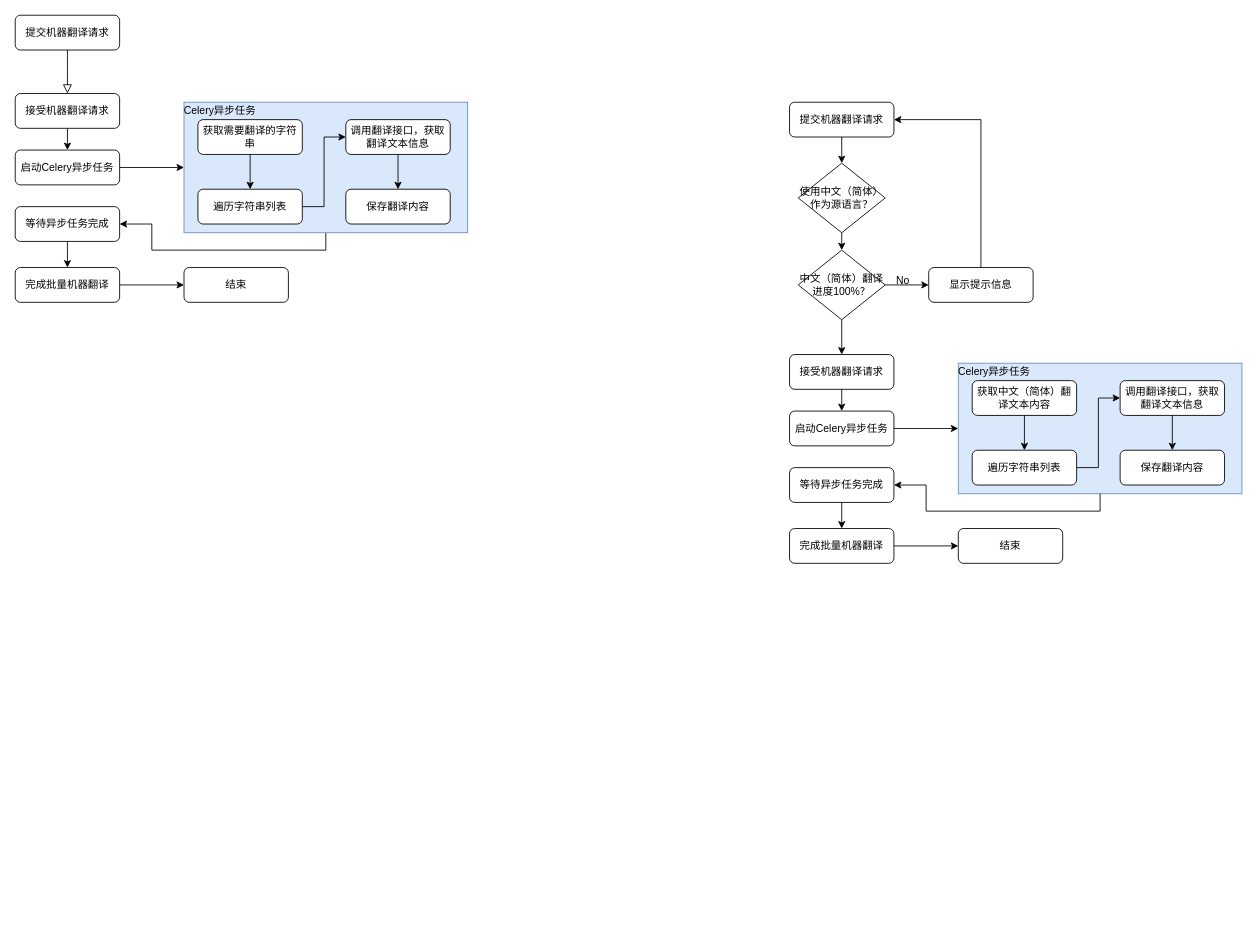
Above: weblate/机器翻译流程.drawio in weijiang1994/draw-io (draw.io), before the change. Source tidied: cells renumbered, new cells numbered last; positions are measured from the earlier drawing's top-left corner, leaving out a move shared by most shapes. Both pictures are drawn from the tidied source at 87%, with x=0, y=0 at pixel (15, 15).
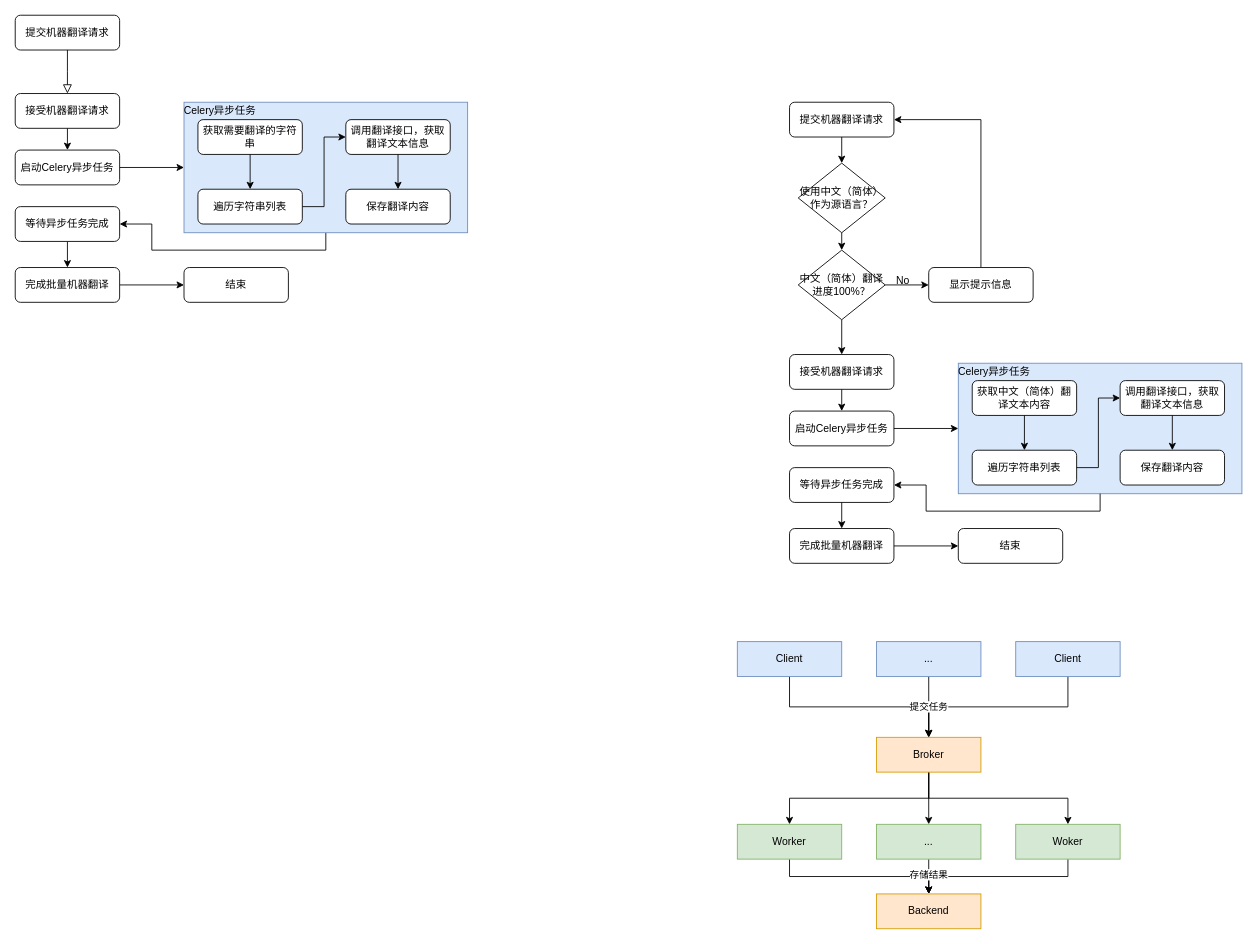
The same page after the edit.

Commit message (it also covers changes not shown here):
更新机器翻译流程.drawio

Diff of the diagram source:
```diff
@@
+    <mxCell id="57" style="edgeStyle=orthogonalEdgeStyle;rounded=0;jettySize=auto;html=1;exitX=0.5;exitY=1;exitDx=0;exitDy=0;entryX=0.5;entryY=0;entryDx=0;entryDy=0;" parent="1" edge="1" source="58" target="67">
+      <mxGeometry relative="1" as="geometry" />
+    </mxCell>
+    <mxCell id="58" value="Client" style="rounded=0;whiteSpace=wrap;html=1;fillColor=#dae8fc;strokeColor=#6c8ebf;" parent="1" vertex="1">
+      <mxGeometry x="830" y="720" width="120" height="40" as="geometry" />
+    </mxCell>
+    <mxCell id="59" style="edgeStyle=orthogonalEdgeStyle;rounded=0;jettySize=auto;html=1;exitX=0.5;exitY=1;exitDx=0;exitDy=0;" parent="1" edge="1" source="60">
+      <mxGeometry relative="1" as="geometry">
+        <mxPoint x="1050" y="830" as="targetPoint" />
+      </mxGeometry>
+    </mxCell>
+    <mxCell id="60" value="..." style="rounded=0;whiteSpace=wrap;html=1;fillColor=#dae8fc;strokeColor=#6c8ebf;" parent="1" vertex="1">
+      <mxGeometry x="990" y="720" width="120" height="40" as="geometry" />
+    </mxCell>
+    <mxCell id="61" style="edgeStyle=orthogonalEdgeStyle;rounded=0;jettySize=auto;html=1;exitX=0.5;exitY=1;exitDx=0;exitDy=0;entryX=0.5;entryY=0;entryDx=0;entryDy=0;" parent="1" edge="1" source="63" target="67">
+      <mxGeometry relative="1" as="geometry" />
+    </mxCell>
+    <mxCell id="62" value="提交任务" style="edgeLabel;html=1;align=center;verticalAlign=middle;" parent="61" vertex="1">
+      <mxGeometry x="0.7" y="-2" relative="1" as="geometry">
+        <mxPoint x="1" y="-2" as="offset" />
+      </mxGeometry>
+    </mxCell>
+    <mxCell id="63" value="Client" style="rounded=0;whiteSpace=wrap;html=1;fillColor=#dae8fc;strokeColor=#6c8ebf;" parent="1" vertex="1">
+      <mxGeometry x="1150" y="720" width="120" height="40" as="geometry" />
+    </mxCell>
+    <mxCell id="64" style="edgeStyle=orthogonalEdgeStyle;rounded=0;jettySize=auto;html=1;exitX=0.5;exitY=1;exitDx=0;exitDy=0;entryX=0.5;entryY=0;entryDx=0;entryDy=0;" parent="1" edge="1" source="67" target="71">
+      <mxGeometry relative="1" as="geometry" />
+    </mxCell>
+    <mxCell id="65" style="edgeStyle=orthogonalEdgeStyle;rounded=0;jettySize=auto;html=1;exitX=0.5;exitY=1;exitDx=0;exitDy=0;entryX=0.5;entryY=0;entryDx=0;entryDy=0;" parent="1" edge="1" source="67" target="69">
+      <mxGeometry relative="1" as="geometry" />
+    </mxCell>
+    <mxCell id="66" style="edgeStyle=orthogonalEdgeStyle;rounded=0;jettySize=auto;html=1;exitX=0.5;exitY=1;exitDx=0;exitDy=0;entryX=0.5;entryY=0;entryDx=0;entryDy=0;" parent="1" edge="1" source="67" target="74">
+      <mxGeometry relative="1" as="geometry" />
+    </mxCell>
+    <mxCell id="67" value="Broker" style="rounded=0;whiteSpace=wrap;html=1;fillColor=#ffe6cc;strokeColor=#d79b00;" parent="1" vertex="1">
+      <mxGeometry x="990" y="830" width="120" height="40" as="geometry" />
+    </mxCell>
+    <mxCell id="68" style="edgeStyle=orthogonalEdgeStyle;rounded=0;jettySize=auto;html=1;exitX=0.5;exitY=1;exitDx=0;exitDy=0;entryX=0.5;entryY=0;entryDx=0;entryDy=0;" parent="1" edge="1" source="69" target="75">
+      <mxGeometry relative="1" as="geometry" />
+    </mxCell>
+    <mxCell id="69" value="Worker" style="rounded=0;whiteSpace=wrap;html=1;fillColor=#d5e8d4;strokeColor=#82b366;" parent="1" vertex="1">
+      <mxGeometry x="830" y="930" width="120" height="40" as="geometry" />
+    </mxCell>
+    <mxCell id="70" style="edgeStyle=orthogonalEdgeStyle;rounded=0;jettySize=auto;html=1;exitX=0.5;exitY=1;exitDx=0;exitDy=0;entryX=0.5;entryY=0;entryDx=0;entryDy=0;" parent="1" edge="1" source="71" target="75">
+      <mxGeometry relative="1" as="geometry" />
+    </mxCell>
+    <mxCell id="71" value="..." style="rounded=0;whiteSpace=wrap;html=1;fillColor=#d5e8d4;strokeColor=#82b366;" parent="1" vertex="1">
+      <mxGeometry x="990" y="930" width="120" height="40" as="geometry" />
+    </mxCell>
+    <mxCell id="72" style="edgeStyle=orthogonalEdgeStyle;rounded=0;jettySize=auto;html=1;exitX=0.5;exitY=1;exitDx=0;exitDy=0;" parent="1" edge="1" source="74" target="75">
+      <mxGeometry relative="1" as="geometry" />
+    </mxCell>
+    <mxCell id="73" value="存储结果" style="edgeLabel;html=1;align=center;verticalAlign=middle;" parent="72" vertex="1">
+      <mxGeometry x="0.8" y="-3" relative="1" as="geometry">
+        <mxPoint x="2" y="-3" as="offset" />
+      </mxGeometry>
+    </mxCell>
+    <mxCell id="74" value="Woker" style="rounded=0;whiteSpace=wrap;html=1;fillColor=#d5e8d4;strokeColor=#82b366;" parent="1" vertex="1">
+      <mxGeometry x="1150" y="930" width="120" height="40" as="geometry" />
+    </mxCell>
+    <mxCell id="75" value="Backend" style="rounded=0;whiteSpace=wrap;html=1;fillColor=#ffe6cc;strokeColor=#d79b00;" parent="1" vertex="1">
+      <mxGeometry x="990" y="1010" width="120" height="40" as="geometry" />
+    </mxCell>
```
